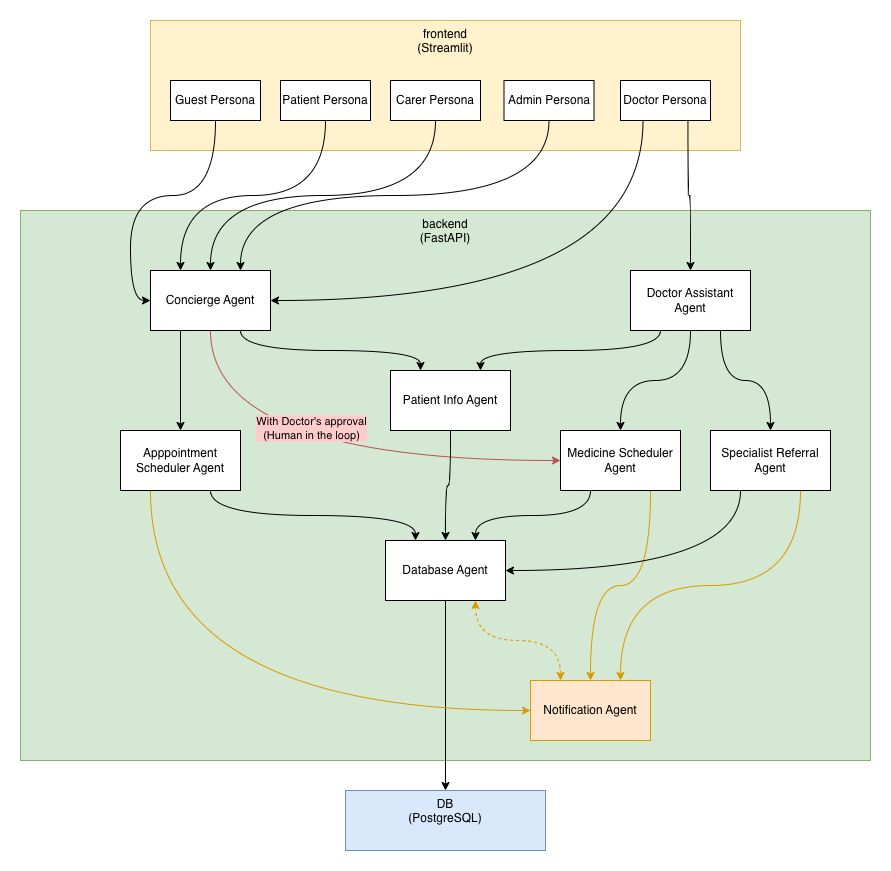
Earlier version of the draw.io export assets/architecture.png (laizk/my-ai-health-line). Source tidied: cells renumbered, new cells last; positions are measured from the earlier drawing's top-left corner, leaving out a move shared by most shapes. Source of this version:
```xml
<mxGraphModel>
  <root>
    <mxCell id="0" />
    <mxCell id="1" parent="0" />
    <mxCell id="2" value="frontend&lt;div&gt;(Streamlit)&lt;/div&gt;" style="rounded=0;whiteSpace=wrap;html=1;fillColor=#fff2cc;strokeColor=#d6b656;verticalAlign=top;" parent="1" vertex="1">
      <mxGeometry x="130" width="590" height="130" as="geometry" />
    </mxCell>
    <mxCell id="3" value="backend&lt;div&gt;(FastAPI)&lt;/div&gt;" style="rounded=0;whiteSpace=wrap;html=1;fillColor=#d5e8d4;strokeColor=#82b366;verticalAlign=top;align=center;" parent="1" vertex="1">
      <mxGeometry y="190" width="850" height="550" as="geometry" />
    </mxCell>
    <mxCell id="4" style="edgeStyle=orthogonalEdgeStyle;rounded=0;jettySize=auto;html=1;exitX=0.25;exitY=1;exitDx=0;exitDy=0;entryX=0.5;entryY=0;entryDx=0;entryDy=0;curved=1;" parent="1" edge="1" source="8" target="14">
      <mxGeometry relative="1" as="geometry" />
    </mxCell>
    <mxCell id="5" style="edgeStyle=orthogonalEdgeStyle;rounded=0;jettySize=auto;html=1;exitX=0.75;exitY=1;exitDx=0;exitDy=0;entryX=0.25;entryY=0;entryDx=0;entryDy=0;curved=1;" parent="1" edge="1" source="8" target="39">
      <mxGeometry relative="1" as="geometry" />
    </mxCell>
    <mxCell id="6" style="edgeStyle=orthogonalEdgeStyle;rounded=0;jettySize=auto;html=1;exitX=0.5;exitY=1;exitDx=0;exitDy=0;entryX=0;entryY=0.5;entryDx=0;entryDy=0;curved=1;fillColor=#f8cecc;strokeColor=#b85450;" parent="1" edge="1" source="8" target="18">
      <mxGeometry relative="1" as="geometry" />
    </mxCell>
    <mxCell id="7" value="&lt;div&gt;With Doctor's approval&lt;/div&gt;&lt;div&gt;(Human in the loop)&lt;/div&gt;" style="edgeLabel;html=1;align=center;verticalAlign=middle;labelBackgroundColor=#FFCCCC;" parent="6" vertex="1">
      <mxGeometry x="-0.09" y="33" relative="1" as="geometry">
        <mxPoint x="12" as="offset" />
      </mxGeometry>
    </mxCell>
    <mxCell id="8" value="Concierge Agent" style="rounded=0;whiteSpace=wrap;html=1;" parent="1" vertex="1">
      <mxGeometry x="130" y="250" width="120" height="60" as="geometry" />
    </mxCell>
    <mxCell id="9" style="edgeStyle=orthogonalEdgeStyle;rounded=0;jettySize=auto;html=1;exitX=0.5;exitY=1;exitDx=0;exitDy=0;curved=1;" parent="1" edge="1" source="11" target="26">
      <mxGeometry relative="1" as="geometry" />
    </mxCell>
    <mxCell id="10" style="edgeStyle=orthogonalEdgeStyle;rounded=0;jettySize=auto;html=1;exitX=0.75;exitY=1;exitDx=0;exitDy=0;entryX=0.25;entryY=0;entryDx=0;entryDy=0;startArrow=classic;startFill=1;curved=1;dashed=1;fillColor=#ffe6cc;strokeColor=#d79b00;" parent="1" edge="1" source="11" target="15">
      <mxGeometry relative="1" as="geometry" />
    </mxCell>
    <mxCell id="11" value="Database Agent" style="rounded=0;whiteSpace=wrap;html=1;" parent="1" vertex="1">
      <mxGeometry x="365" y="520" width="120" height="60" as="geometry" />
    </mxCell>
    <mxCell id="12" style="edgeStyle=orthogonalEdgeStyle;rounded=0;jettySize=auto;html=1;exitX=0.75;exitY=1;exitDx=0;exitDy=0;entryX=0.25;entryY=0;entryDx=0;entryDy=0;curved=1;" parent="1" edge="1" source="14" target="11">
      <mxGeometry relative="1" as="geometry" />
    </mxCell>
    <mxCell id="13" style="edgeStyle=orthogonalEdgeStyle;rounded=0;jettySize=auto;html=1;exitX=0.25;exitY=1;exitDx=0;exitDy=0;entryX=0;entryY=0.5;entryDx=0;entryDy=0;curved=1;fillColor=#ffe6cc;strokeColor=#d79b00;" parent="1" edge="1" source="14" target="15">
      <mxGeometry relative="1" as="geometry" />
    </mxCell>
    <mxCell id="14" value="Apppointment Scheduler Agent" style="rounded=0;whiteSpace=wrap;html=1;" parent="1" vertex="1">
      <mxGeometry x="100" y="410" width="120" height="60" as="geometry" />
    </mxCell>
    <mxCell id="15" value="Notification Agent" style="rounded=0;whiteSpace=wrap;html=1;fillColor=#ffe6cc;strokeColor=#d79b00;" parent="1" vertex="1">
      <mxGeometry x="510" y="660" width="120" height="60" as="geometry" />
    </mxCell>
    <mxCell id="16" style="edgeStyle=orthogonalEdgeStyle;rounded=0;jettySize=auto;html=1;exitX=0.25;exitY=1;exitDx=0;exitDy=0;entryX=0.75;entryY=0;entryDx=0;entryDy=0;curved=1;" parent="1" edge="1" source="18" target="11">
      <mxGeometry relative="1" as="geometry" />
    </mxCell>
    <mxCell id="17" style="edgeStyle=orthogonalEdgeStyle;rounded=0;jettySize=auto;html=1;exitX=0.75;exitY=1;exitDx=0;exitDy=0;entryX=0.5;entryY=0;entryDx=0;entryDy=0;curved=1;fillColor=#ffe6cc;strokeColor=#d79b00;" parent="1" edge="1" source="18" target="15">
      <mxGeometry relative="1" as="geometry" />
    </mxCell>
    <mxCell id="18" value="Medicine Scheduler Agent" style="rounded=0;whiteSpace=wrap;html=1;" parent="1" vertex="1">
      <mxGeometry x="540" y="410" width="120" height="60" as="geometry" />
    </mxCell>
    <mxCell id="19" style="edgeStyle=orthogonalEdgeStyle;rounded=0;jettySize=auto;html=1;exitX=0.5;exitY=1;exitDx=0;exitDy=0;entryX=0.5;entryY=0;entryDx=0;entryDy=0;curved=1;" parent="1" edge="1" source="22" target="18">
      <mxGeometry relative="1" as="geometry" />
    </mxCell>
    <mxCell id="20" style="edgeStyle=orthogonalEdgeStyle;rounded=0;jettySize=auto;html=1;exitX=0.75;exitY=1;exitDx=0;exitDy=0;entryX=0.5;entryY=0;entryDx=0;entryDy=0;curved=1;" parent="1" edge="1" source="22" target="25">
      <mxGeometry relative="1" as="geometry" />
    </mxCell>
    <mxCell id="21" style="edgeStyle=orthogonalEdgeStyle;rounded=0;jettySize=auto;html=1;exitX=0.25;exitY=1;exitDx=0;exitDy=0;entryX=0.75;entryY=0;entryDx=0;entryDy=0;curved=1;" parent="1" edge="1" source="22" target="39">
      <mxGeometry relative="1" as="geometry" />
    </mxCell>
    <mxCell id="22" value="Doctor Assistant Agent" style="rounded=0;whiteSpace=wrap;html=1;" parent="1" vertex="1">
      <mxGeometry x="610" y="250" width="120" height="60" as="geometry" />
    </mxCell>
    <mxCell id="23" style="edgeStyle=orthogonalEdgeStyle;rounded=0;jettySize=auto;html=1;exitX=0.25;exitY=1;exitDx=0;exitDy=0;entryX=1;entryY=0.5;entryDx=0;entryDy=0;curved=1;" parent="1" edge="1" source="25" target="11">
      <mxGeometry relative="1" as="geometry" />
    </mxCell>
    <mxCell id="24" style="edgeStyle=orthogonalEdgeStyle;rounded=0;jettySize=auto;html=1;exitX=0.75;exitY=1;exitDx=0;exitDy=0;entryX=0.75;entryY=0;entryDx=0;entryDy=0;curved=1;fillColor=#ffe6cc;strokeColor=#d79b00;" parent="1" edge="1" source="25" target="15">
      <mxGeometry relative="1" as="geometry" />
    </mxCell>
    <mxCell id="25" value="Specialist Referral Agent" style="rounded=0;whiteSpace=wrap;html=1;" parent="1" vertex="1">
      <mxGeometry x="690" y="410" width="120" height="60" as="geometry" />
    </mxCell>
    <mxCell id="26" value="DB&lt;div&gt;(PostgreSQL)&lt;/div&gt;" style="rounded=0;whiteSpace=wrap;html=1;fillColor=#dae8fc;strokeColor=#6c8ebf;verticalAlign=top;" parent="1" vertex="1">
      <mxGeometry x="325" y="770" width="200" height="60" as="geometry" />
    </mxCell>
    <mxCell id="27" style="edgeStyle=orthogonalEdgeStyle;rounded=0;jettySize=auto;html=1;exitX=0.5;exitY=1;exitDx=0;exitDy=0;entryX=0.25;entryY=0;entryDx=0;entryDy=0;curved=1;" parent="1" edge="1" source="28" target="8">
      <mxGeometry relative="1" as="geometry" />
    </mxCell>
    <mxCell id="28" value="Patient Persona" style="rounded=0;whiteSpace=wrap;html=1;" parent="1" vertex="1">
      <mxGeometry x="260" y="60" width="90" height="40" as="geometry" />
    </mxCell>
    <mxCell id="29" style="edgeStyle=orthogonalEdgeStyle;rounded=0;jettySize=auto;html=1;exitX=0.5;exitY=1;exitDx=0;exitDy=0;curved=1;" parent="1" edge="1" source="30" target="8">
      <mxGeometry relative="1" as="geometry" />
    </mxCell>
    <mxCell id="30" value="Carer Persona" style="rounded=0;whiteSpace=wrap;html=1;" parent="1" vertex="1">
      <mxGeometry x="370" y="60" width="90" height="40" as="geometry" />
    </mxCell>
    <mxCell id="31" style="edgeStyle=orthogonalEdgeStyle;rounded=0;jettySize=auto;html=1;exitX=0.5;exitY=1;exitDx=0;exitDy=0;entryX=0.75;entryY=0;entryDx=0;entryDy=0;curved=1;" parent="1" edge="1" source="32" target="8">
      <mxGeometry relative="1" as="geometry" />
    </mxCell>
    <mxCell id="32" value="Admin Persona" style="rounded=0;whiteSpace=wrap;html=1;" parent="1" vertex="1">
      <mxGeometry x="483.5" y="60" width="90" height="40" as="geometry" />
    </mxCell>
    <mxCell id="33" style="edgeStyle=orthogonalEdgeStyle;rounded=0;jettySize=auto;html=1;exitX=0.75;exitY=1;exitDx=0;exitDy=0;entryX=0.5;entryY=0;entryDx=0;entryDy=0;curved=1;" parent="1" edge="1" source="35" target="22">
      <mxGeometry relative="1" as="geometry" />
    </mxCell>
    <mxCell id="34" style="edgeStyle=orthogonalEdgeStyle;rounded=0;jettySize=auto;html=1;exitX=0.25;exitY=1;exitDx=0;exitDy=0;entryX=1;entryY=0.5;entryDx=0;entryDy=0;curved=1;" parent="1" edge="1" source="35" target="8">
      <mxGeometry relative="1" as="geometry" />
    </mxCell>
    <mxCell id="35" value="Doctor Persona" style="rounded=0;whiteSpace=wrap;html=1;" parent="1" vertex="1">
      <mxGeometry x="600" y="60" width="90" height="40" as="geometry" />
    </mxCell>
    <mxCell id="36" style="edgeStyle=orthogonalEdgeStyle;rounded=0;jettySize=auto;html=1;exitX=0.5;exitY=1;exitDx=0;exitDy=0;entryX=0;entryY=0.5;entryDx=0;entryDy=0;curved=1;" parent="1" edge="1" source="37" target="8">
      <mxGeometry relative="1" as="geometry" />
    </mxCell>
    <mxCell id="37" value="Guest Persona" style="rounded=0;whiteSpace=wrap;html=1;" parent="1" vertex="1">
      <mxGeometry x="150" y="60" width="90" height="40" as="geometry" />
    </mxCell>
    <mxCell id="38" style="edgeStyle=orthogonalEdgeStyle;rounded=0;jettySize=auto;html=1;exitX=0.5;exitY=1;exitDx=0;exitDy=0;entryX=0.5;entryY=0;entryDx=0;entryDy=0;curved=1;" parent="1" edge="1" source="39" target="11">
      <mxGeometry relative="1" as="geometry" />
    </mxCell>
    <mxCell id="39" value="Patient Info Agent" style="rounded=0;whiteSpace=wrap;html=1;" parent="1" vertex="1">
      <mxGeometry x="370" y="350" width="120" height="60" as="geometry" />
    </mxCell>
  </root>
</mxGraphModel>
```
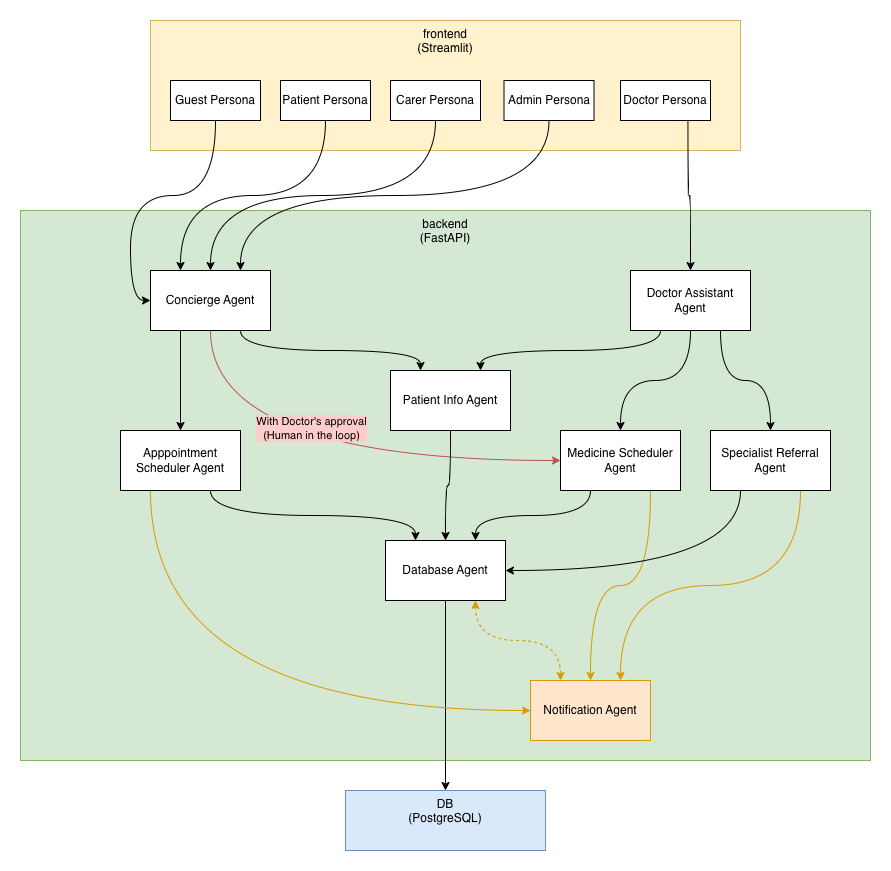
The same file after the commit.

The edit, as a diff of the source:
```diff
@@ -100,9 +100,6 @@
     <mxCell id="33" style="edgeStyle=orthogonalEdgeStyle;rounded=0;jettySize=auto;html=1;exitX=0.75;exitY=1;exitDx=0;exitDy=0;entryX=0.5;entryY=0;entryDx=0;entryDy=0;curved=1;" parent="1" edge="1" source="35" target="22">
       <mxGeometry relative="1" as="geometry" />
     </mxCell>
-    <mxCell id="34" style="edgeStyle=orthogonalEdgeStyle;rounded=0;jettySize=auto;html=1;exitX=0.25;exitY=1;exitDx=0;exitDy=0;entryX=1;entryY=0.5;entryDx=0;entryDy=0;curved=1;" parent="1" edge="1" source="35" target="8">
-      <mxGeometry relative="1" as="geometry" />
-    </mxCell>
     <mxCell id="35" value="Doctor Persona" style="rounded=0;whiteSpace=wrap;html=1;" parent="1" vertex="1">
       <mxGeometry x="600" y="60" width="90" height="40" as="geometry" />
     </mxCell>
```
